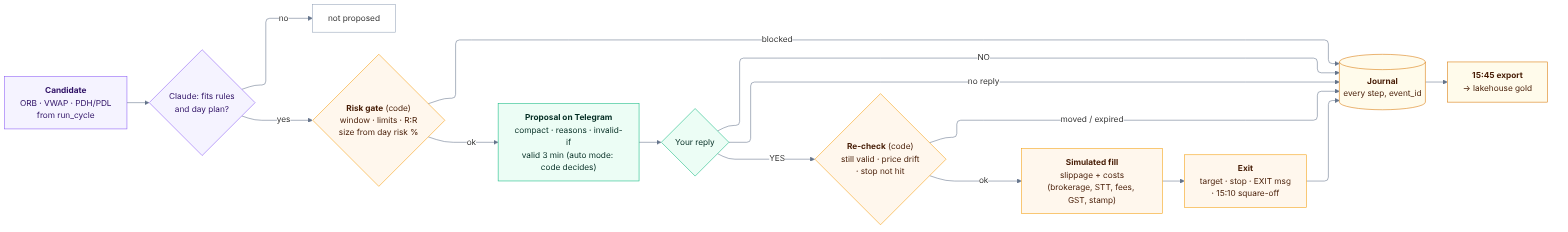
The Mermaid diagram docs/diagrams/03_trade_lifecycle.png in bumblebee26/paper-trader, before a commit. Its source is kept beside it as docs/diagrams/03_trade_lifecycle.mmd.
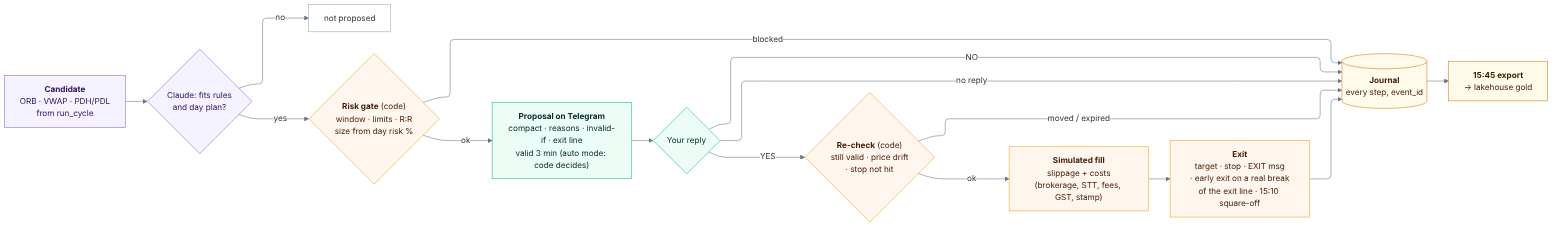
The same diagram one commit later.

What changed in the source:
```diff
@@ -6,11 +6,11 @@
     C["<b>Candidate</b><br/>ORB · VWAP · PDH/PDL<br/>from run_cycle"]
     J{"Claude: fits rules<br/>and day plan?"}
     G{"<b>Risk gate</b> (code)<br/>window · limits · R:R<br/>size from day risk %"}
-    P["<b>Proposal on Telegram</b><br/>compact · reasons · invalid-if<br/>valid 3 min (auto mode: code decides)"]
+    P["<b>Proposal on Telegram</b><br/>compact · reasons · invalid-if · exit line<br/>valid 3 min (auto mode: code decides)"]
     D{"Your reply"}
     R{"<b>Re-check</b> (code)<br/>still valid · price drift<br/>· stop not hit"}
     F["<b>Simulated fill</b><br/>slippage + costs<br/>(brokerage, STT, fees, GST, stamp)"]
-    X["<b>Exit</b><br/>target · stop · EXIT msg<br/>· 15:10 square-off"]
+    X["<b>Exit</b><br/>target · stop · EXIT msg<br/>· early exit on a real break<br/>of the exit line · 15:10 square-off"]
     JN[("<b>Journal</b><br/>every step, event_id")]
     E["<b>15:45 export</b><br/>→ lakehouse gold"]
 
```
